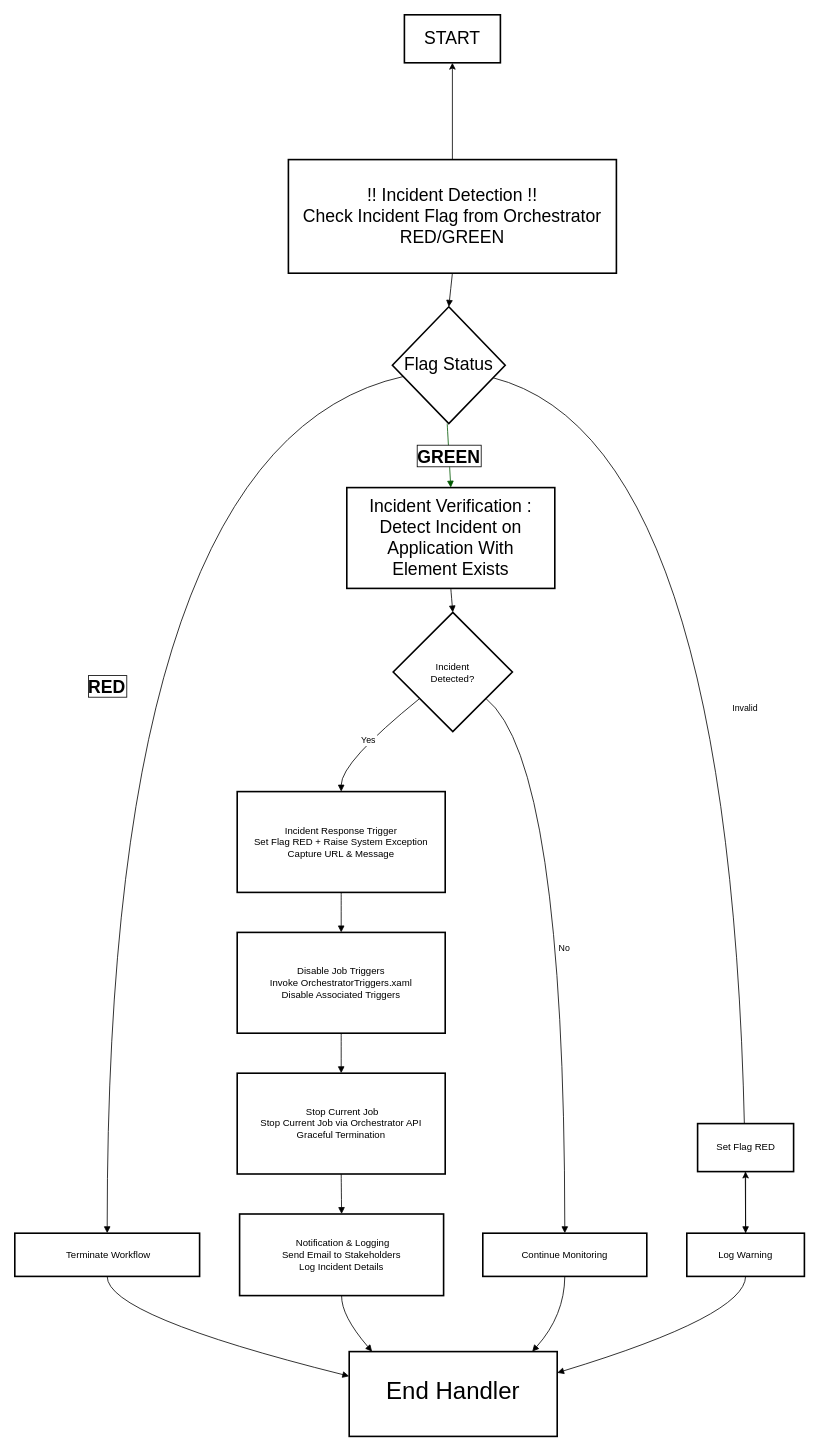
This is Untitled Diagram.drawio from harshitsharmatpg/vault, a draw.io file, before an edit. Source tidied: cells renumbered, new cells numbered last; positions are measured from the earlier drawing's top-left corner, leaving out a move shared by most shapes. Both pictures are drawn from the tidied source at 80%, with x=0, y=0 at pixel (14, 14).
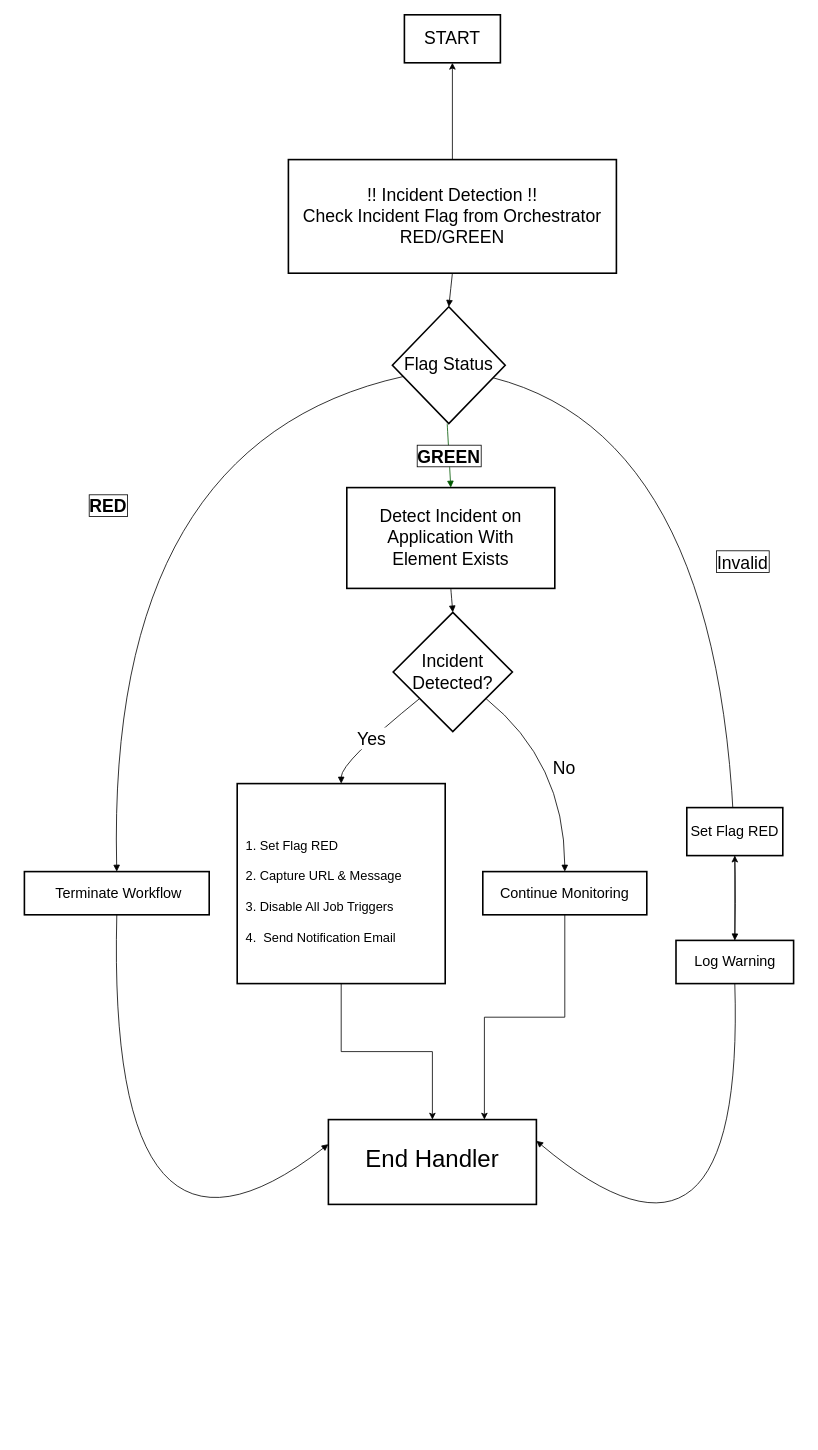
The same page after the edit.

Unchanged cells that the change refers to:
```xml
<mxCell id="4" value="Flag Status" style="rhombus;strokeWidth=2;whiteSpace=wrap;fontSize=22;" parent="1" vertex="1">
  <mxGeometry x="472" y="365" width="141" height="146" as="geometry" />
</mxCell>
```

The edit, as a diff of the source:
```diff
@@
-    <mxCell id="5" value=" Terminate Workflow" style="whiteSpace=wrap;strokeWidth=2;" parent="1" vertex="1">
-      <mxGeometry y="1523" width="231" height="54" as="geometry" />
+    <mxCell id="5" value=" Terminate Workflow" style="whiteSpace=wrap;strokeWidth=2;fontSize=18;" parent="1" vertex="1">
+      <mxGeometry x="12" y="1071" width="231" height="54" as="geometry" />
     </mxCell>
-    <mxCell id="6" value="Incident Verification :&#10;Detect Incident on Application With&#10;Element Exists" style="whiteSpace=wrap;strokeWidth=2;fontSize=22;" parent="1" vertex="1">
+    <mxCell id="6" value="Detect Incident on Application With&#10;Element Exists" style="whiteSpace=wrap;strokeWidth=2;fontSize=22;" parent="1" vertex="1">
       <mxGeometry x="415" y="591" width="260" height="126" as="geometry" />
     </mxCell>
@@
-    <mxCell id="8" value="Log Warning" style="whiteSpace=wrap;strokeWidth=2;" parent="1" vertex="1">
-      <mxGeometry x="840" y="1523" width="147" height="54" as="geometry" />
+    <mxCell id="8" value="Log Warning" style="whiteSpace=wrap;strokeWidth=2;fontSize=18;" parent="1" vertex="1">
+      <mxGeometry x="826.5" y="1157" width="147" height="54" as="geometry" />
     </mxCell>
-    <mxCell id="9" value="Incident&#10;Detected?" style="rhombus;strokeWidth=2;whiteSpace=wrap;" parent="1" vertex="1">
+    <mxCell id="9" value="Incident&#10;Detected?" style="rhombus;strokeWidth=2;whiteSpace=wrap;fontSize=22;" parent="1" vertex="1">
       <mxGeometry x="473" y="747" width="149" height="149" as="geometry" />
     </mxCell>
+    <mxCell id="32" style="edgeStyle=orthogonalEdgeStyle;rounded=0;jettySize=auto;html=1;exitX=0.5;exitY=1;exitDx=0;exitDy=0;entryX=0.5;entryY=0;entryDx=0;entryDy=0;" parent="1" edge="1" source="10" target="15">
+      <mxGeometry relative="1" as="geometry" />
+    </mxCell>
-    <mxCell id="10" value="Incident Response Trigger&#10;Set Flag RED + Raise System Exception&#10;Capture URL &amp; Message" style="whiteSpace=wrap;strokeWidth=2;" parent="1" vertex="1">
-      <mxGeometry x="278" y="971" width="260" height="126" as="geometry" />
+    <mxCell id="10" value="&#10;  1. Set Flag RED &#10;    &#10;  2. Capture URL &amp; Message&#10;&#10;  3. Disable All Job Triggers&#10;&#10;  4.  Send Notification Email" style="whiteSpace=wrap;strokeWidth=2;fontSize=16;align=left;" parent="1" vertex="1">
+      <mxGeometry x="278" y="961" width="260" height="250" as="geometry" />
     </mxCell>
+    <mxCell id="29" style="edgeStyle=orthogonalEdgeStyle;rounded=0;jettySize=auto;html=1;exitX=0.5;exitY=1;exitDx=0;exitDy=0;entryX=0.75;entryY=0;entryDx=0;entryDy=0;" parent="1" edge="1" source="11" target="15">
+      <mxGeometry relative="1" as="geometry" />
+    </mxCell>
-    <mxCell id="11" value="Continue Monitoring" style="whiteSpace=wrap;strokeWidth=2;" parent="1" vertex="1">
-      <mxGeometry x="585" y="1523" width="205" height="54" as="geometry" />
+    <mxCell id="11" value="Continue Monitoring" style="whiteSpace=wrap;strokeWidth=2;fontSize=18;" parent="1" vertex="1">
+      <mxGeometry x="585" y="1071" width="205" height="54" as="geometry" />
     </mxCell>
-    <mxCell id="12" value="Disable Job Triggers&#10;Invoke OrchestratorTriggers.xaml&#10;Disable Associated Triggers" style="whiteSpace=wrap;strokeWidth=2;" parent="1" vertex="1">
-      <mxGeometry x="278" y="1147" width="260" height="126" as="geometry" />
-    </mxCell>
-    <mxCell id="13" value=" Stop Current Job&#10;Stop Current Job via Orchestrator API&#10;Graceful Termination" style="whiteSpace=wrap;strokeWidth=2;" parent="1" vertex="1">
-      <mxGeometry x="278" y="1323" width="260" height="126" as="geometry" />
-    </mxCell>
-    <mxCell id="14" value=" Notification &amp; Logging&#10;Send Email to Stakeholders&#10;Log Incident Details" style="whiteSpace=wrap;strokeWidth=2;" parent="1" vertex="1">
-      <mxGeometry x="281" y="1499" width="255" height="102" as="geometry" />
-    </mxCell>
     <mxCell id="15" value="End Handler&#10;" style="whiteSpace=wrap;strokeWidth=2;fontSize=30;verticalAlign=bottom;" parent="1" vertex="1">
-      <mxGeometry x="418" y="1671" width="260" height="106" as="geometry" />
+      <mxGeometry x="392" y="1381" width="260" height="106" as="geometry" />
     </mxCell>
@@
-    <mxCell id="19" value="Invalid" style="curved=1;startArrow=none;endArrow=block;exitX=1.01;exitY=0.64;entryX=0.5;entryY=0;" parent="1" edge="1" source="4" target="8">
+    <mxCell id="19" value="Invalid" style="curved=1;startArrow=none;endArrow=block;exitX=1.01;exitY=0.64;entryX=0.5;entryY=0;fontSize=22;fontColor=light-dark(#000000,#FF8000);labelBorderColor=light-dark(#000000,#FF8000);strokeColor=light-dark(#000000,#FF8000);" parent="1" edge="1" source="4" target="8">
       <mxGeometry relative="1" as="geometry">
         <Array as="points">
           <mxPoint x="913" y="534" />
         </Array>
       </mxGeometry>
     </mxCell>
@@
-    <mxCell id="21" value="Yes" style="curved=1;startArrow=none;endArrow=block;exitX=0;exitY=0.9;entryX=0.5;entryY=0;" parent="1" edge="1" source="9" target="10">
+    <mxCell id="21" value="Yes" style="curved=1;startArrow=none;endArrow=block;exitX=0;exitY=0.9;entryX=0.5;entryY=0;fontSize=22;" parent="1" edge="1" source="9" target="10">
       <mxGeometry relative="1" as="geometry">
         <Array as="points">
           <mxPoint x="408" y="934" />
         </Array>
       </mxGeometry>
     </mxCell>
-    <mxCell id="22" value="No" style="curved=1;startArrow=none;endArrow=block;exitX=1;exitY=0.9;entryX=0.5;entryY=0;" parent="1" edge="1" source="9" target="11">
+    <mxCell id="22" value="No" style="curved=1;startArrow=none;endArrow=block;exitX=1;exitY=0.9;entryX=0.5;entryY=0;fontSize=22;" parent="1" edge="1" source="9" target="11">
       <mxGeometry relative="1" as="geometry">
         <Array as="points">
           <mxPoint x="687" y="934" />
         </Array>
       </mxGeometry>
     </mxCell>
-    <mxCell id="23" style="curved=1;startArrow=none;endArrow=block;exitX=0.5;exitY=1;entryX=0.5;entryY=0;" parent="1" edge="1" source="10" target="12">
-      <mxGeometry relative="1" as="geometry" />
-    </mxCell>
-    <mxCell id="24" style="curved=1;startArrow=none;endArrow=block;exitX=0.5;exitY=1;entryX=0.5;entryY=0;" parent="1" edge="1" source="12" target="13">
-      <mxGeometry relative="1" as="geometry" />
-    </mxCell>
-    <mxCell id="25" style="curved=1;startArrow=none;endArrow=block;exitX=0.5;exitY=1;entryX=0.5;entryY=0;" parent="1" edge="1" source="13" target="14">
-      <mxGeometry relative="1" as="geometry" />
-    </mxCell>
-    <mxCell id="26" style="curved=1;startArrow=none;endArrow=block;exitX=0.5;exitY=1;entryX=0.11;entryY=0;" parent="1" edge="1" source="14" target="15">
-      <mxGeometry relative="1" as="geometry">
-        <Array as="points">
-          <mxPoint x="408" y="1626" />
-        </Array>
-      </mxGeometry>
-    </mxCell>
@@
-    <mxCell id="29" style="curved=1;startArrow=none;endArrow=block;exitX=0.5;exitY=1;entryX=0.88;entryY=0;" parent="1" edge="1" source="11" target="15">
-      <mxGeometry relative="1" as="geometry">
-        <Array as="points">
-          <mxPoint x="687" y="1626" />
-        </Array>
-      </mxGeometry>
-    </mxCell>
@@
-    <mxCell id="31" value="Set Flag RED" style="whiteSpace=wrap;html=1;strokeWidth=2;" parent="1" vertex="1">
-      <mxGeometry x="853.5" y="1386" width="120" height="60" as="geometry" />
+    <mxCell id="31" value="&lt;font style=&quot;font-size: 18px;&quot;&gt;Set Flag RED&lt;/font&gt;" style="whiteSpace=wrap;html=1;strokeWidth=2;" parent="1" vertex="1">
+      <mxGeometry x="840" y="991" width="120" height="60" as="geometry" />
     </mxCell>
```
